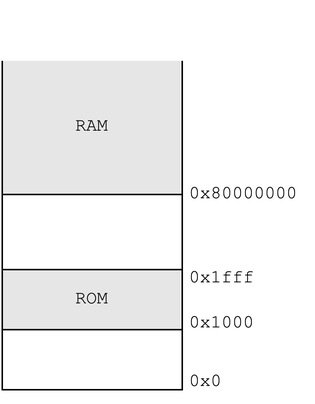
Above: basic/webroot/images/12-impl-mmio/mmio.png in nananapo/veryl-riscv-book (draw.io), before the change. Source tidied: cells renumbered, new cells last; positions are measured from the earlier drawing's top-left corner, leaving out a move shared by most shapes. Its diagram source:
```xml
<mxGraphModel>
  <root>
    <mxCell id="0" />
    <mxCell id="1" parent="0" />
    <mxCell id="2" value="ROM" style="rounded=0;whiteSpace=wrap;html=1;fillColor=#E6E6E6;fontFamily=Courier New;" parent="1" vertex="1">
      <mxGeometry x="1" y="179" width="120" height="40" as="geometry" />
    </mxCell>
    <mxCell id="3" value="0x1000" style="text;html=1;align=left;verticalAlign=middle;whiteSpace=wrap;rounded=0;fontFamily=Courier New;" parent="1" vertex="1">
      <mxGeometry x="124" y="200" width="60" height="30" as="geometry" />
    </mxCell>
    <mxCell id="4" style="rounded=0;whiteSpace=wrap;html=1;fillColor=default;strokeColor=default;fontFamily=Courier New;" parent="1" vertex="1">
      <mxGeometry x="1" y="219" width="120" height="40" as="geometry" />
    </mxCell>
    <mxCell id="5" style="rounded=0;whiteSpace=wrap;html=1;fillColor=default;strokeColor=default;fontFamily=Courier New;" parent="1" vertex="1">
      <mxGeometry x="1" y="129" width="120" height="50" as="geometry" />
    </mxCell>
    <mxCell id="6" value="0x0" style="text;html=1;align=left;verticalAlign=middle;whiteSpace=wrap;rounded=0;fontFamily=Courier New;" parent="1" vertex="1">
      <mxGeometry x="124" y="239" width="60" height="30" as="geometry" />
    </mxCell>
    <mxCell id="7" value="0x1fff" style="text;html=1;align=left;verticalAlign=middle;whiteSpace=wrap;rounded=0;fontFamily=Courier New;" parent="1" vertex="1">
      <mxGeometry x="124" y="170" width="60" height="30" as="geometry" />
    </mxCell>
    <mxCell id="8" value="RAM" style="rounded=0;whiteSpace=wrap;html=1;fillColor=#E6E6E6;fontFamily=Courier New;" parent="1" vertex="1">
      <mxGeometry x="1" y="39" width="120" height="90" as="geometry" />
    </mxCell>
    <mxCell id="9" style="rounded=0;whiteSpace=wrap;html=1;fillColor=default;strokeColor=none;fontFamily=Courier New;" parent="1" vertex="1">
      <mxGeometry width="122" height="40" as="geometry" />
    </mxCell>
    <mxCell id="10" value="0x80000000" style="text;html=1;align=left;verticalAlign=middle;whiteSpace=wrap;rounded=0;fontFamily=Courier New;" parent="1" vertex="1">
      <mxGeometry x="124" y="114" width="86" height="30" as="geometry" />
    </mxCell>
  </root>
</mxGraphModel>
```
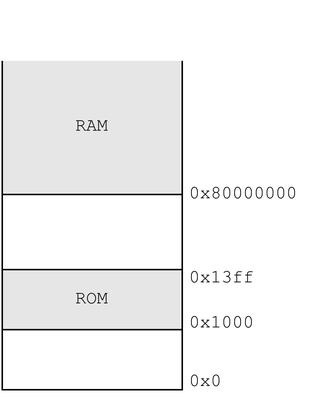
After the change.

Change to the diagram source:
```diff
@@ -17,7 +17,7 @@
     <mxCell id="6" value="0x0" style="text;html=1;align=left;verticalAlign=middle;whiteSpace=wrap;rounded=0;fontFamily=Courier New;" parent="1" vertex="1">
       <mxGeometry x="124" y="239" width="60" height="30" as="geometry" />
     </mxCell>
-    <mxCell id="7" value="0x1fff" style="text;html=1;align=left;verticalAlign=middle;whiteSpace=wrap;rounded=0;fontFamily=Courier New;" parent="1" vertex="1">
+    <mxCell id="7" value="0x13ff" style="text;html=1;align=left;verticalAlign=middle;whiteSpace=wrap;rounded=0;fontFamily=Courier New;" parent="1" vertex="1">
       <mxGeometry x="124" y="170" width="60" height="30" as="geometry" />
     </mxCell>
     <mxCell id="8" value="RAM" style="rounded=0;whiteSpace=wrap;html=1;fillColor=#E6E6E6;fontFamily=Courier New;" parent="1" vertex="1">
```
